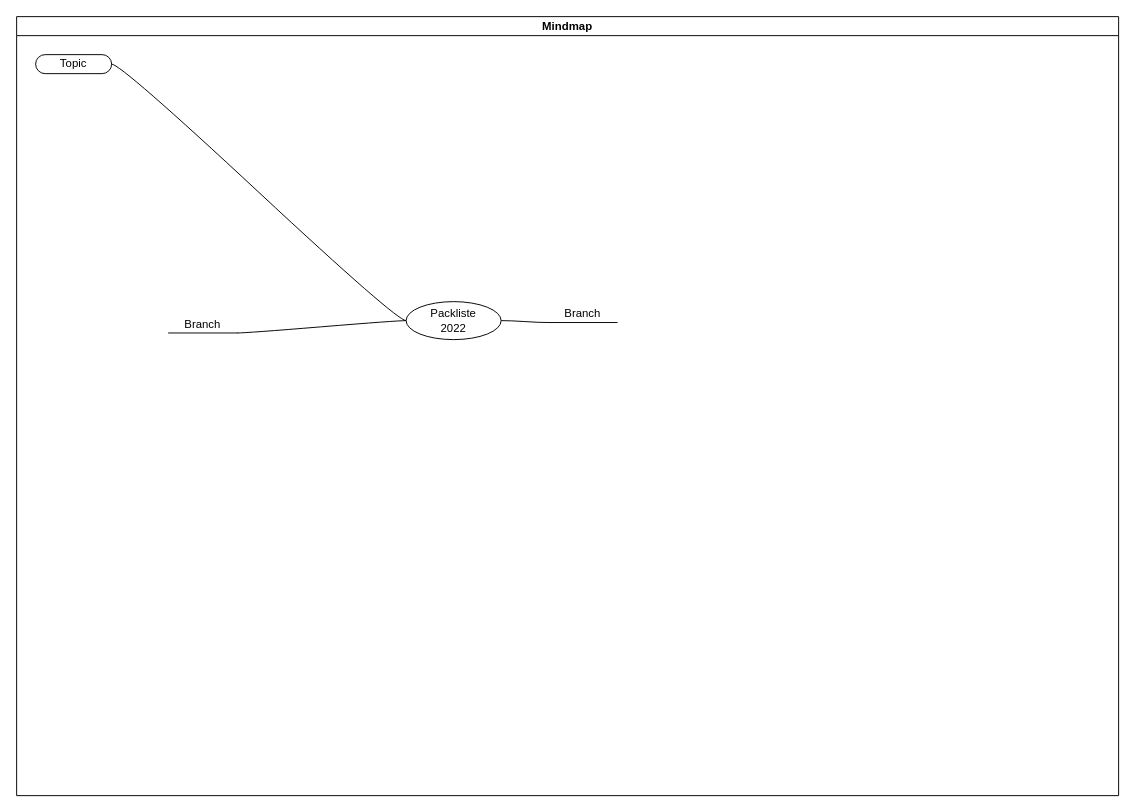
The draw.io diagram DrawIO/PackListe2022.drawio in TorstenC/Notizblog, before the edit. Source tidied: cells renumbered, new cells numbered last; positions are measured from the earlier drawing's top-left corner, leaving out a move shared by most shapes. Both pictures are drawn from the tidied source at 95%, with x=0, y=0 at pixel (16, 16).
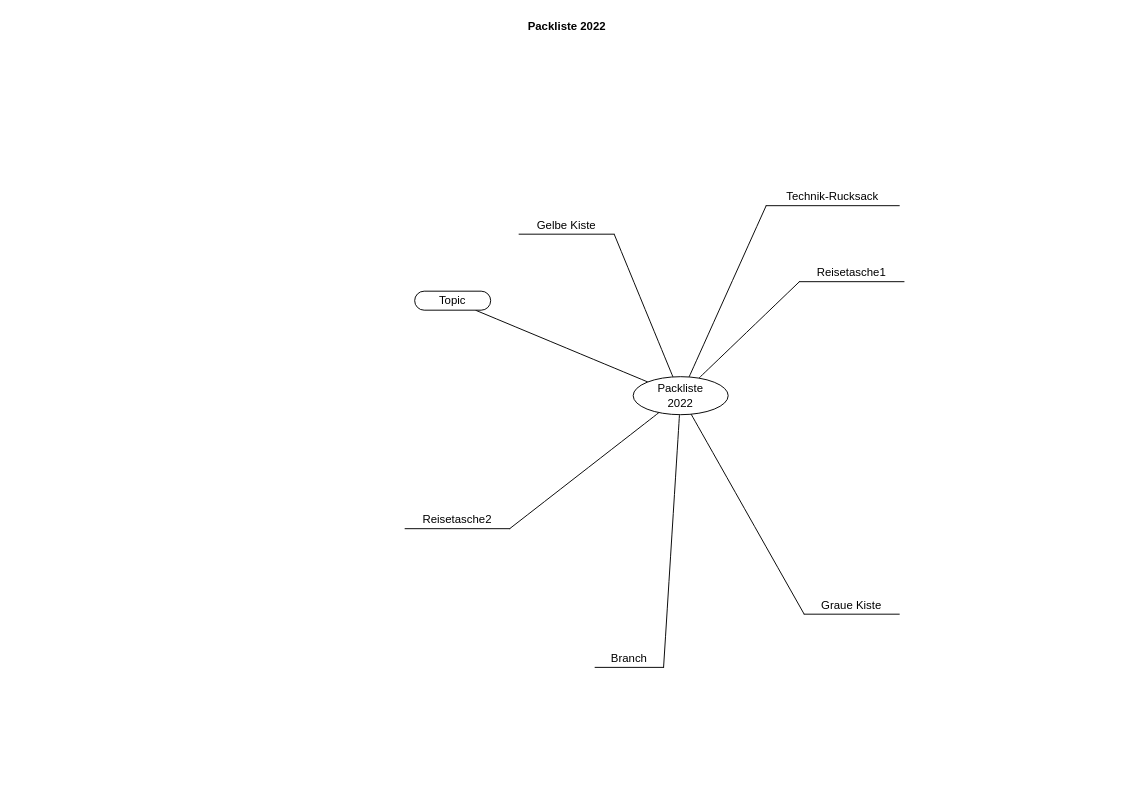
After the change.

The edit, as a diff of the source:
```diff
@@
 <mxGraphModel>
   <root>
     <mxCell id="0" />
     <mxCell id="1" parent="0" />
-    <mxCell id="2" value="Mindmap" style="swimlane;startSize=20;horizontal=1;containerType=tree;" parent="1" vertex="1">
-      <mxGeometry width="1160" height="820" as="geometry" />
+    <mxCell id="2" value="Packliste 2022" style="swimlane;startSize=20;horizontal=1;containerType=tree;strokeColor=none;fixedWidth=0;" parent="1" vertex="1">
+      <mxGeometry width="1159" height="819" as="geometry" />
     </mxCell>
-    <mxCell id="3" style="edgeStyle=entityRelationEdgeStyle;startArrow=none;endArrow=none;segment=10;curved=1;rounded=0;" parent="2" edge="1" source="5" target="6">
+    <mxCell id="3" style="edgeStyle=entityRelationEdgeStyle;startArrow=none;endArrow=none;segment=10;curved=1;rounded=0;noEdgeStyle=1;" parent="2" edge="1" source="5" target="6">
       <mxGeometry relative="1" as="geometry" />
     </mxCell>
-    <mxCell id="4" style="edgeStyle=entityRelationEdgeStyle;startArrow=none;endArrow=none;segment=10;curved=1;rounded=0;" parent="2" edge="1" source="5" target="7">
+    <mxCell id="4" style="edgeStyle=entityRelationEdgeStyle;startArrow=none;endArrow=none;segment=10;curved=1;rounded=0;noEdgeStyle=1;" parent="2" edge="1" source="5" target="7">
       <mxGeometry relative="1" as="geometry" />
     </mxCell>
     <mxCell id="5" value="Packliste&lt;br&gt;2022" style="ellipse;whiteSpace=wrap;html=1;align=center;newEdgeStyle={&quot;edgeStyle&quot;:&quot;entityRelationEdgeStyle&quot;,&quot;startArrow&quot;:&quot;none&quot;,&quot;endArrow&quot;:&quot;none&quot;,&quot;segment&quot;:10,&quot;curved&quot;:1};" parent="2" vertex="1">
-      <mxGeometry x="410" y="300" width="100" height="40" as="geometry" />
+      <mxGeometry x="649" y="379" width="100" height="40" as="geometry" />
     </mxCell>
     <mxCell id="6" value="Topic" style="whiteSpace=wrap;html=1;rounded=1;arcSize=50;align=center;verticalAlign=middle;strokeWidth=1;spacing=4;newEdgeStyle={&quot;edgeStyle&quot;:&quot;entityRelationEdgeStyle&quot;,&quot;startArrow&quot;:&quot;none&quot;,&quot;endArrow&quot;:&quot;none&quot;,&quot;segment&quot;:10,&quot;curved&quot;:1};" parent="2" vertex="1">
-      <mxGeometry x="20" y="40" width="80" height="20" as="geometry" />
+      <mxGeometry x="419" y="289" width="80" height="20" as="geometry" />
     </mxCell>
     <mxCell id="7" value="Branch" style="whiteSpace=wrap;html=1;shape=partialRectangle;top=0;left=0;bottom=1;right=0;points=[[0,1],[1,1]];fillColor=none;align=center;verticalAlign=bottom;routingCenterY=0.5;snapToPoint=1;newEdgeStyle={&quot;edgeStyle&quot;:&quot;entityRelationEdgeStyle&quot;,&quot;startArrow&quot;:&quot;none&quot;,&quot;endArrow&quot;:&quot;none&quot;,&quot;segment&quot;:10,&quot;curved&quot;:1};" parent="2" vertex="1">
-      <mxGeometry x="160" y="307" width="72" height="26" as="geometry" />
+      <mxGeometry x="609" y="659" width="72" height="26" as="geometry" />
     </mxCell>
-    <mxCell id="8" style="edgeStyle=entityRelationEdgeStyle;startArrow=none;endArrow=none;segment=10;curved=1;rounded=0;" parent="2" edge="1" source="5" target="9">
+    <mxCell id="8" style="edgeStyle=entityRelationEdgeStyle;startArrow=none;endArrow=none;segment=10;curved=1;rounded=0;noEdgeStyle=1;" parent="2" edge="1" source="5" target="9">
       <mxGeometry relative="1" as="geometry" />
     </mxCell>
-    <mxCell id="9" value="Branch" style="whiteSpace=wrap;html=1;shape=partialRectangle;top=0;left=0;bottom=1;right=0;points=[[0,1],[1,1]];fillColor=none;align=center;verticalAlign=bottom;routingCenterY=0.5;snapToPoint=1;newEdgeStyle={&quot;edgeStyle&quot;:&quot;entityRelationEdgeStyle&quot;,&quot;startArrow&quot;:&quot;none&quot;,&quot;endArrow&quot;:&quot;none&quot;,&quot;segment&quot;:10,&quot;curved&quot;:1};" parent="2" vertex="1">
-      <mxGeometry x="560" y="296" width="72" height="26" as="geometry" />
+    <mxCell id="9" value="Gelbe Kiste" style="whiteSpace=wrap;html=1;shape=partialRectangle;top=0;left=0;bottom=1;right=0;points=[[0,1],[1,1]];fillColor=none;align=center;verticalAlign=bottom;routingCenterY=0.5;snapToPoint=1;newEdgeStyle={&quot;edgeStyle&quot;:&quot;entityRelationEdgeStyle&quot;,&quot;startArrow&quot;:&quot;none&quot;,&quot;endArrow&quot;:&quot;none&quot;,&quot;segment&quot;:10,&quot;curved&quot;:1};" parent="2" vertex="1">
+      <mxGeometry x="529" y="199" width="100" height="30" as="geometry" />
     </mxCell>
+    <mxCell id="10" style="edgeStyle=entityRelationEdgeStyle;startArrow=none;endArrow=none;segment=10;curved=1;rounded=0;noEdgeStyle=1;" parent="2" edge="1" source="5" target="11">
+      <mxGeometry relative="1" as="geometry" />
+    </mxCell>
+    <mxCell id="11" value="&lt;div&gt;Graue Kiste&lt;/div&gt;" style="whiteSpace=wrap;html=1;shape=partialRectangle;top=0;left=0;bottom=1;right=0;points=[[0,1],[1,1]];fillColor=none;align=center;verticalAlign=bottom;routingCenterY=0.5;snapToPoint=1;newEdgeStyle={&quot;edgeStyle&quot;:&quot;entityRelationEdgeStyle&quot;,&quot;startArrow&quot;:&quot;none&quot;,&quot;endArrow&quot;:&quot;none&quot;,&quot;segment&quot;:10,&quot;curved&quot;:1};" parent="2" vertex="1">
+      <mxGeometry x="829" y="599" width="100" height="30" as="geometry" />
+    </mxCell>
+    <mxCell id="12" style="edgeStyle=entityRelationEdgeStyle;startArrow=none;endArrow=none;segment=10;curved=1;rounded=0;noEdgeStyle=1;" parent="2" edge="1" source="5" target="13">
+      <mxGeometry relative="1" as="geometry" />
+    </mxCell>
+    <mxCell id="13" value="&lt;div&gt;Technik-Rucksack&lt;/div&gt;" style="whiteSpace=wrap;html=1;shape=partialRectangle;top=0;left=0;bottom=1;right=0;points=[[0,1],[1,1]];fillColor=none;align=center;verticalAlign=bottom;routingCenterY=0.5;snapToPoint=1;newEdgeStyle={&quot;edgeStyle&quot;:&quot;entityRelationEdgeStyle&quot;,&quot;startArrow&quot;:&quot;none&quot;,&quot;endArrow&quot;:&quot;none&quot;,&quot;segment&quot;:10,&quot;curved&quot;:1};" parent="2" vertex="1">
+      <mxGeometry x="789" y="169" width="140" height="30" as="geometry" />
+    </mxCell>
+    <mxCell id="14" style="edgeStyle=entityRelationEdgeStyle;startArrow=none;endArrow=none;segment=10;curved=1;rounded=0;noEdgeStyle=1;" parent="2" edge="1" source="5" target="15">
+      <mxGeometry relative="1" as="geometry" />
+    </mxCell>
+    <mxCell id="15" value="&lt;div&gt;Reisetasche1&lt;/div&gt;" style="whiteSpace=wrap;html=1;shape=partialRectangle;top=0;left=0;bottom=1;right=0;points=[[0,1],[1,1]];fillColor=none;align=center;verticalAlign=bottom;routingCenterY=0.5;snapToPoint=1;newEdgeStyle={&quot;edgeStyle&quot;:&quot;entityRelationEdgeStyle&quot;,&quot;startArrow&quot;:&quot;none&quot;,&quot;endArrow&quot;:&quot;none&quot;,&quot;segment&quot;:10,&quot;curved&quot;:1};" parent="2" vertex="1">
+      <mxGeometry x="824" y="249" width="110" height="30" as="geometry" />
+    </mxCell>
+    <mxCell id="16" style="edgeStyle=entityRelationEdgeStyle;startArrow=none;endArrow=none;segment=10;curved=1;rounded=0;noEdgeStyle=1;" parent="2" edge="1" source="5" target="17">
+      <mxGeometry relative="1" as="geometry" />
+    </mxCell>
+    <mxCell id="17" value="&lt;div&gt;Reisetasche2&lt;/div&gt;" style="whiteSpace=wrap;html=1;shape=partialRectangle;top=0;left=0;bottom=1;right=0;points=[[0,1],[1,1]];fillColor=none;align=center;verticalAlign=bottom;routingCenterY=0.5;snapToPoint=1;newEdgeStyle={&quot;edgeStyle&quot;:&quot;entityRelationEdgeStyle&quot;,&quot;startArrow&quot;:&quot;none&quot;,&quot;endArrow&quot;:&quot;none&quot;,&quot;segment&quot;:10,&quot;curved&quot;:1};" parent="2" vertex="1">
+      <mxGeometry x="409" y="509" width="110" height="30" as="geometry" />
+    </mxCell>
   </root>
 </mxGraphModel>
```
